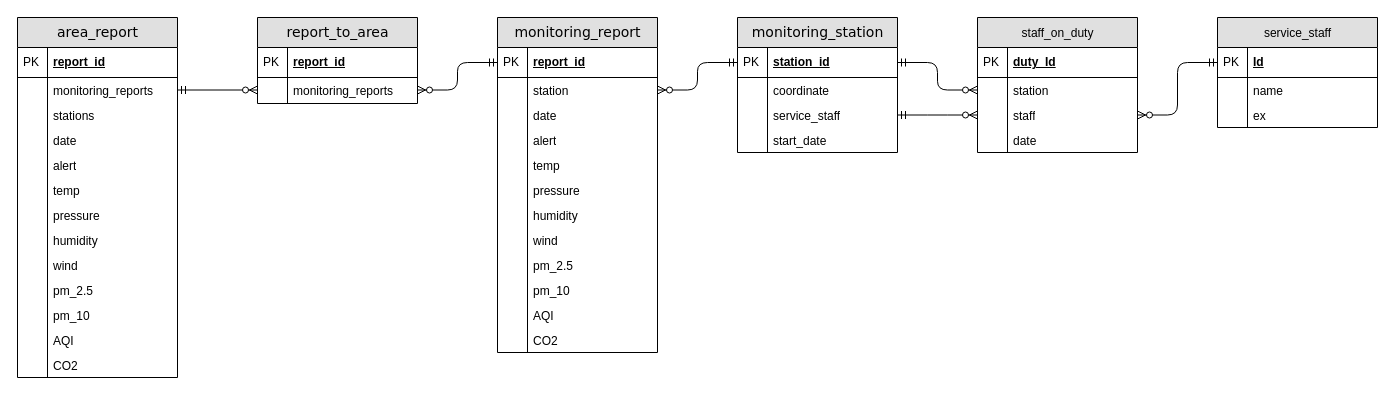
This is Untitled Diagram.drawio from Hunterk95/javka, a draw.io file, before an edit. Source tidied: cells renumbered, new cells numbered last; positions are measured from the earlier drawing's top-left corner, leaving out a move shared by most shapes. Both pictures are drawn from the tidied source at 100%, with x=0, y=0 at pixel (17, 17).
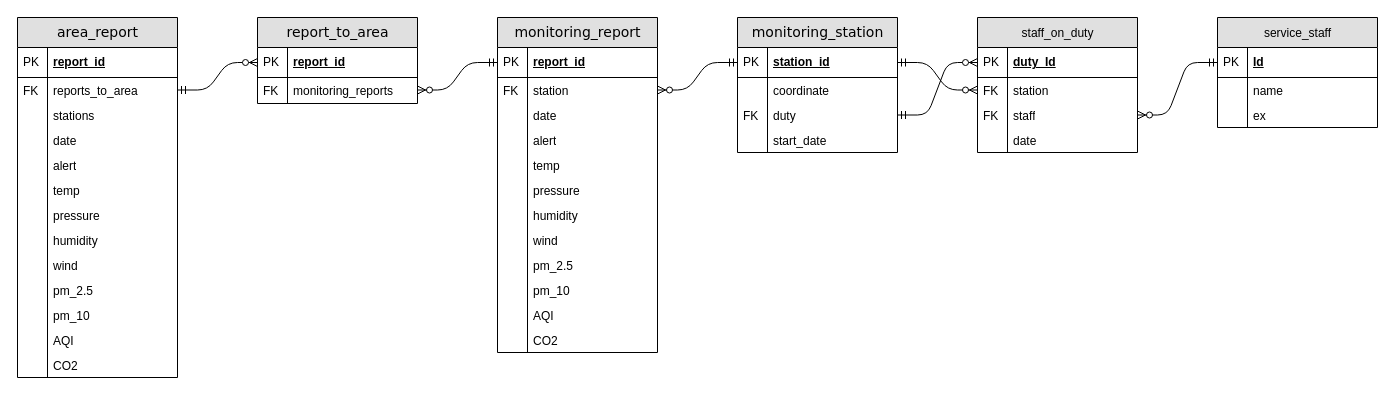
The same page after the edit.

Unchanged cells that the change refers to:
```xml
<mxCell id="2" value="monitoring_station" style="swimlane;html=1;fontStyle=0;horizontal=1;startSize=30;fillColor=#e0e0e0;swimlaneFillColor=#ffffff;align=center;rounded=0;shadow=0;comic=0;labelBackgroundColor=none;strokeWidth=1;fontFamily=Verdana;fontSize=14;" parent="1" vertex="1">
  <mxGeometry x="720" width="160" height="135" as="geometry" />
</mxCell>
<mxCell id="3" value="station_id" style="shape=partialRectangle;top=0;left=0;right=0;bottom=1;html=1;align=left;verticalAlign=middle;fillColor=none;spacingLeft=34;spacingRight=4;whiteSpace=wrap;overflow=hidden;points=[[0,0.5],[1,0.5]];portConstraint=eastwest;fontStyle=5;" parent="2" vertex="1">
  <mxGeometry y="30" width="160" height="30" as="geometry" />
</mxCell>
<mxCell id="12" value="Id" style="shape=partialRectangle;top=0;left=0;right=0;bottom=1;html=1;align=left;verticalAlign=middle;fillColor=none;spacingLeft=34;spacingRight=4;whiteSpace=wrap;overflow=hidden;points=[[0,0.5],[1,0.5]];portConstraint=eastwest;fontStyle=5;" parent="11" vertex="1">
  <mxGeometry y="30" width="160" height="30" as="geometry" />
</mxCell>
<mxCell id="19" value="duty_Id" style="shape=partialRectangle;top=0;left=0;right=0;bottom=1;html=1;align=left;verticalAlign=middle;fillColor=none;spacingLeft=34;spacingRight=4;whiteSpace=wrap;overflow=hidden;points=[[0,0.5],[1,0.5]];portConstraint=eastwest;fontStyle=5;" parent="18" vertex="1">
  <mxGeometry y="30" width="160" height="30" as="geometry" />
</mxCell>
<mxCell id="21" value="station" style="shape=partialRectangle;top=0;left=0;right=0;bottom=0;html=1;align=left;verticalAlign=top;fillColor=none;spacingLeft=34;spacingRight=4;whiteSpace=wrap;overflow=hidden;points=[[0,0.5],[1,0.5]];portConstraint=eastwest;" parent="18" vertex="1">
  <mxGeometry y="60" width="160" height="25" as="geometry" />
</mxCell>
<mxCell id="23" value="staff" style="shape=partialRectangle;top=0;left=0;right=0;bottom=0;html=1;align=left;verticalAlign=top;fillColor=none;spacingLeft=34;spacingRight=4;whiteSpace=wrap;overflow=hidden;points=[[0,0.5],[1,0.5]];portConstraint=eastwest;" parent="18" vertex="1">
  <mxGeometry y="85" width="160" height="25" as="geometry" />
</mxCell>
<mxCell id="31" value="report_id" style="shape=partialRectangle;top=0;left=0;right=0;bottom=1;html=1;align=left;verticalAlign=middle;fillColor=none;spacingLeft=34;spacingRight=4;whiteSpace=wrap;overflow=hidden;points=[[0,0.5],[1,0.5]];portConstraint=eastwest;fontStyle=5;" parent="30" vertex="1">
  <mxGeometry y="30" width="160" height="30" as="geometry" />
</mxCell>
<mxCell id="33" value="station" style="shape=partialRectangle;top=0;left=0;right=0;bottom=0;html=1;align=left;verticalAlign=top;fillColor=none;spacingLeft=34;spacingRight=4;whiteSpace=wrap;overflow=hidden;points=[[0,0.5],[1,0.5]];portConstraint=eastwest;" parent="30" vertex="1">
  <mxGeometry y="60" width="160" height="25" as="geometry" />
</mxCell>
<mxCell id="56" value="area_report" style="swimlane;html=1;fontStyle=0;horizontal=1;startSize=30;fillColor=#e0e0e0;swimlaneFillColor=#ffffff;align=center;rounded=0;shadow=0;comic=0;labelBackgroundColor=none;strokeWidth=1;fontFamily=Verdana;fontSize=14;" parent="1" vertex="1">
  <mxGeometry width="160" height="360" as="geometry" />
</mxCell>
<mxCell id="85" value="report_id" style="shape=partialRectangle;top=0;left=0;right=0;bottom=1;html=1;align=left;verticalAlign=middle;fillColor=none;spacingLeft=34;spacingRight=4;whiteSpace=wrap;overflow=hidden;points=[[0,0.5],[1,0.5]];portConstraint=eastwest;fontStyle=5;" parent="84" vertex="1">
  <mxGeometry y="30" width="160" height="30" as="geometry" />
</mxCell>
<mxCell id="87" value="monitoring_reports" style="shape=partialRectangle;top=0;left=0;right=0;bottom=0;html=1;align=left;verticalAlign=top;fillColor=none;spacingLeft=34;spacingRight=4;whiteSpace=wrap;overflow=hidden;points=[[0,0.5],[1,0.5]];portConstraint=eastwest;" parent="84" vertex="1">
  <mxGeometry y="60" width="160" height="25" as="geometry" />
</mxCell>
```

The edit, as a diff of the source:
```diff
@@
-    <mxCell id="7" value="service_staff" style="shape=partialRectangle;top=0;left=0;right=0;bottom=0;html=1;align=left;verticalAlign=top;fillColor=none;spacingLeft=34;spacingRight=4;whiteSpace=wrap;overflow=hidden;points=[[0,0.5],[1,0.5]];portConstraint=eastwest;" parent="2" vertex="1">
+    <mxCell id="7" value="duty" style="shape=partialRectangle;top=0;left=0;right=0;bottom=0;html=1;align=left;verticalAlign=top;fillColor=none;spacingLeft=34;spacingRight=4;whiteSpace=wrap;overflow=hidden;points=[[0,0.5],[1,0.5]];portConstraint=eastwest;" parent="2" vertex="1">
       <mxGeometry y="85" width="160" height="25" as="geometry" />
     </mxCell>
-    <mxCell id="8" style="shape=partialRectangle;top=0;left=0;bottom=0;html=1;fillColor=none;align=left;verticalAlign=top;spacingLeft=4;spacingRight=4;whiteSpace=wrap;overflow=hidden;" parent="7" vertex="1">
+    <mxCell id="8" value="&lt;span&gt;FK&lt;/span&gt;" style="shape=partialRectangle;top=0;left=0;bottom=0;html=1;fillColor=none;align=left;verticalAlign=top;spacingLeft=4;spacingRight=4;whiteSpace=wrap;overflow=hidden;" parent="7" vertex="1">
       <mxGeometry width="30" height="25" as="geometry" />
     </mxCell>
@@
-    <mxCell id="22" style="shape=partialRectangle;top=0;left=0;bottom=0;html=1;fillColor=none;align=left;verticalAlign=top;spacingLeft=4;spacingRight=4;whiteSpace=wrap;overflow=hidden;" parent="21" vertex="1">
+    <mxCell id="22" value="&lt;span&gt;FK&lt;/span&gt;" style="shape=partialRectangle;top=0;left=0;bottom=0;html=1;fillColor=none;align=left;verticalAlign=top;spacingLeft=4;spacingRight=4;whiteSpace=wrap;overflow=hidden;" parent="21" vertex="1">
       <mxGeometry width="30" height="25" as="geometry" />
     </mxCell>
@@
-    <mxCell id="24" style="shape=partialRectangle;top=0;left=0;bottom=0;html=1;fillColor=none;align=left;verticalAlign=top;spacingLeft=4;spacingRight=4;whiteSpace=wrap;overflow=hidden;" parent="23" vertex="1">
+    <mxCell id="24" value="FK" style="shape=partialRectangle;top=0;left=0;bottom=0;html=1;fillColor=none;align=left;verticalAlign=top;spacingLeft=4;spacingRight=4;whiteSpace=wrap;overflow=hidden;" parent="23" vertex="1">
       <mxGeometry width="30" height="25" as="geometry" />
     </mxCell>
@@
-    <mxCell id="27" style="edgeStyle=orthogonalEdgeStyle;html=1;endArrow=ERzeroToMany;endFill=1;labelBackgroundColor=none;fontFamily=Verdana;fontSize=14;exitX=1;exitY=0.5;startArrow=ERmandOne;startFill=0;entryX=0;entryY=0.5;entryDx=0;entryDy=0;" parent="1" edge="1" source="7" target="23">
-      <mxGeometry relative="1" as="geometry">
-        <Array as="points">
-          <mxPoint x="920" y="98" />
-          <mxPoint x="920" y="98" />
-        </Array>
-      </mxGeometry>
+    <mxCell id="27" style="edgeStyle=entityRelationEdgeStyle;html=1;endArrow=ERzeroToMany;endFill=1;labelBackgroundColor=none;fontFamily=Verdana;fontSize=14;exitX=1;exitY=0.5;startArrow=ERmandOne;startFill=0;" parent="1" edge="1" source="7" target="19">
+      <mxGeometry relative="1" as="geometry" />
     </mxCell>
-    <mxCell id="28" style="edgeStyle=orthogonalEdgeStyle;html=1;endArrow=ERzeroToMany;endFill=1;labelBackgroundColor=none;fontFamily=Verdana;fontSize=14;exitX=1;exitY=0.5;startArrow=ERmandOne;startFill=0;entryX=0;entryY=0.5;entryDx=0;entryDy=0;exitDx=0;exitDy=0;" parent="1" edge="1" source="3" target="21">
-      <mxGeometry relative="1" as="geometry">
-        <Array as="points">
-          <mxPoint x="920" y="45" />
-          <mxPoint x="920" y="73" />
-          <mxPoint x="960" y="73" />
-        </Array>
-      </mxGeometry>
+    <mxCell id="28" style="edgeStyle=entityRelationEdgeStyle;html=1;endArrow=ERzeroToMany;endFill=1;labelBackgroundColor=none;fontFamily=Verdana;fontSize=14;exitX=1;exitY=0.5;startArrow=ERmandOne;startFill=0;entryX=0;entryY=0.5;entryDx=0;entryDy=0;exitDx=0;exitDy=0;" parent="1" edge="1" source="3" target="21">
+      <mxGeometry relative="1" as="geometry" />
     </mxCell>
-    <mxCell id="29" style="edgeStyle=orthogonalEdgeStyle;rounded=1;jettySize=auto;html=1;entryX=0;entryY=0.5;entryDx=0;entryDy=0;startArrow=ERzeroToMany;startFill=1;endArrow=ERmandOne;endFill=0;" parent="1" edge="1" source="23" target="12">
+    <mxCell id="29" style="edgeStyle=entityRelationEdgeStyle;rounded=1;jettySize=auto;html=1;entryX=0;entryY=0.5;entryDx=0;entryDy=0;startArrow=ERzeroToMany;startFill=1;endArrow=ERmandOne;endFill=0;" parent="1" edge="1" source="23" target="12">
       <mxGeometry relative="1" as="geometry" />
     </mxCell>
@@
-    <mxCell id="34" style="shape=partialRectangle;top=0;left=0;bottom=0;html=1;fillColor=none;align=left;verticalAlign=top;spacingLeft=4;spacingRight=4;whiteSpace=wrap;overflow=hidden;" parent="33" vertex="1">
+    <mxCell id="34" value="&lt;span&gt;FK&lt;/span&gt;" style="shape=partialRectangle;top=0;left=0;bottom=0;html=1;fillColor=none;align=left;verticalAlign=top;spacingLeft=4;spacingRight=4;whiteSpace=wrap;overflow=hidden;" parent="33" vertex="1">
       <mxGeometry width="30" height="25" as="geometry" />
     </mxCell>
@@
-    <mxCell id="55" style="edgeStyle=orthogonalEdgeStyle;rounded=1;jettySize=auto;html=1;startArrow=ERzeroToMany;startFill=1;endArrow=ERmandOne;endFill=0;strokeColor=#000000;" parent="1" edge="1" source="33" target="3">
+    <mxCell id="55" style="edgeStyle=entityRelationEdgeStyle;rounded=1;jettySize=auto;html=1;startArrow=ERzeroToMany;startFill=1;endArrow=ERmandOne;endFill=0;strokeColor=#000000;" parent="1" edge="1" source="33" target="3">
       <mxGeometry relative="1" as="geometry" />
     </mxCell>
@@
-    <mxCell id="59" value="monitoring_reports" style="shape=partialRectangle;top=0;left=0;right=0;bottom=0;html=1;align=left;verticalAlign=top;fillColor=none;spacingLeft=34;spacingRight=4;whiteSpace=wrap;overflow=hidden;points=[[0,0.5],[1,0.5]];portConstraint=eastwest;" parent="56" vertex="1">
+    <mxCell id="59" value="reports_to_area" style="shape=partialRectangle;top=0;left=0;right=0;bottom=0;html=1;align=left;verticalAlign=top;fillColor=none;spacingLeft=34;spacingRight=4;whiteSpace=wrap;overflow=hidden;points=[[0,0.5],[1,0.5]];portConstraint=eastwest;" parent="56" vertex="1">
       <mxGeometry y="60" width="160" height="25" as="geometry" />
     </mxCell>
-    <mxCell id="60" style="shape=partialRectangle;top=0;left=0;bottom=0;html=1;fillColor=none;align=left;verticalAlign=top;spacingLeft=4;spacingRight=4;whiteSpace=wrap;overflow=hidden;" parent="59" vertex="1">
+    <mxCell id="60" value="&lt;span&gt;FK&lt;/span&gt;" style="shape=partialRectangle;top=0;left=0;bottom=0;html=1;fillColor=none;align=left;verticalAlign=top;spacingLeft=4;spacingRight=4;whiteSpace=wrap;overflow=hidden;" parent="59" vertex="1">
       <mxGeometry width="30" height="25" as="geometry" />
     </mxCell>
@@
-    <mxCell id="83" style="edgeStyle=orthogonalEdgeStyle;rounded=1;jettySize=auto;html=1;startArrow=ERzeroToMany;startFill=1;endArrow=ERmandOne;endFill=0;strokeColor=#000000;" parent="1" edge="1" source="87" target="31">
+    <mxCell id="83" style="edgeStyle=entityRelationEdgeStyle;rounded=1;jettySize=auto;html=1;startArrow=ERzeroToMany;startFill=1;endArrow=ERmandOne;endFill=0;strokeColor=#000000;" parent="1" edge="1" source="87" target="31">
       <mxGeometry relative="1" as="geometry" />
     </mxCell>
@@
-    <mxCell id="88" style="shape=partialRectangle;top=0;left=0;bottom=0;html=1;fillColor=none;align=left;verticalAlign=top;spacingLeft=4;spacingRight=4;whiteSpace=wrap;overflow=hidden;" parent="87" vertex="1">
+    <mxCell id="88" value="&lt;span&gt;FK&lt;/span&gt;" style="shape=partialRectangle;top=0;left=0;bottom=0;html=1;fillColor=none;align=left;verticalAlign=top;spacingLeft=4;spacingRight=4;whiteSpace=wrap;overflow=hidden;" parent="87" vertex="1">
       <mxGeometry width="30" height="25" as="geometry" />
     </mxCell>
-    <mxCell id="89" style="edgeStyle=orthogonalEdgeStyle;rounded=1;jettySize=auto;html=1;startArrow=ERzeroToMany;startFill=1;endArrow=ERmandOne;endFill=0;strokeColor=#000000;" parent="1" edge="1" source="87" target="59">
+    <mxCell id="89" style="edgeStyle=entityRelationEdgeStyle;rounded=1;jettySize=auto;html=1;startArrow=ERzeroToMany;startFill=1;endArrow=ERmandOne;endFill=0;strokeColor=#000000;" parent="1" edge="1" source="85" target="59">
       <mxGeometry relative="1" as="geometry" />
     </mxCell>
```
